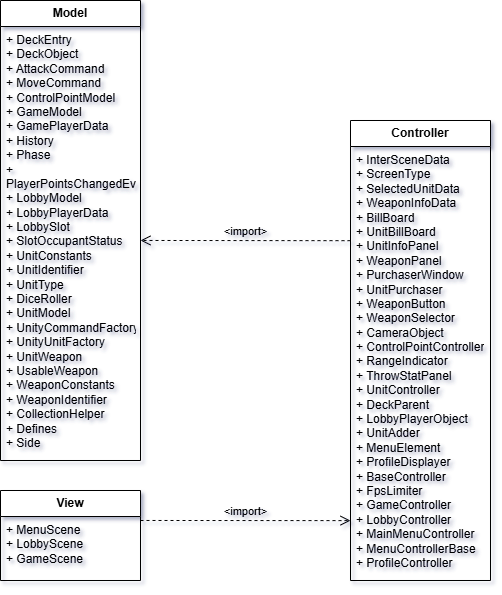
Earlier version of the draw.io export Documents/Diagram/Package.png (GrG0312/Szakdolgozat). Source tidied: cells renumbered, new cells last; positions are measured from the earlier drawing's top-left corner, leaving out a move shared by most shapes.
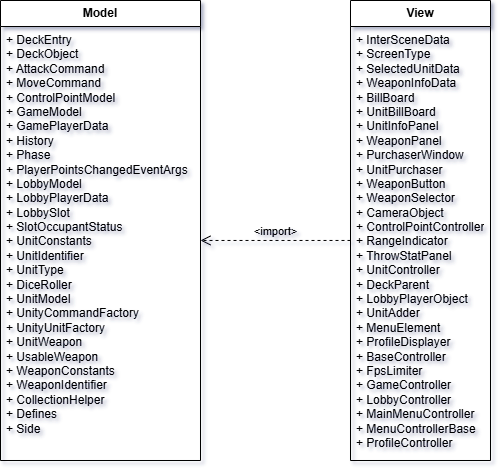
Later version of the same file.

Diff of the diagram source:
```diff
@@ -3,27 +3,18 @@
     <mxCell id="0" />
     <mxCell id="1" parent="0" />
     <mxCell id="2" value="Model" style="swimlane;fontStyle=1;horizontal=1;startSize=26;whiteSpace=wrap;html=1;labelBackgroundColor=none;" parent="1" vertex="1">
-      <mxGeometry width="140" height="460" as="geometry" />
+      <mxGeometry width="200" height="460" as="geometry" />
     </mxCell>
     <mxCell id="3" value="+ DeckEntry&lt;div&gt;+ DeckObject&lt;/div&gt;&lt;div&gt;+ AttackCommand&lt;/div&gt;&lt;div&gt;+ MoveCommand&lt;/div&gt;&lt;div&gt;+ ControlPointModel&lt;/div&gt;&lt;div&gt;&lt;/div&gt;+ GameModel&lt;div&gt;+ GamePlayerData&lt;/div&gt;&lt;div&gt;&lt;/div&gt;+ History&lt;div&gt;+ Phase&lt;/div&gt;&lt;div&gt;&lt;/div&gt;+ PlayerPointsChangedEventArgs&lt;div&gt;+ LobbyModel&lt;/div&gt;&lt;div&gt;&lt;/div&gt;+ LobbyPlayerData&lt;div&gt;+ LobbySlot&lt;/div&gt;&lt;div&gt;&lt;/div&gt;+ SlotOccupantStatus&lt;div&gt;+ UnitConstants&lt;/div&gt;&lt;div&gt;&lt;/div&gt;+ UnitIdentifier&lt;div&gt;+ UnitType&lt;/div&gt;&lt;div&gt;&lt;/div&gt;+ DiceRoller&lt;div&gt;+ UnitModel&lt;/div&gt;&lt;div&gt;&lt;/div&gt;+ UnityCommandFactory&lt;div&gt;+ UnityUnitFactory&lt;/div&gt;&lt;div&gt;&lt;/div&gt;+ UnitWeapon&lt;div&gt;+ UsableWeapon&lt;/div&gt;&lt;div&gt;&lt;/div&gt;+ WeaponConstants&lt;div&gt;+ WeaponIdentifier&lt;/div&gt;&lt;div&gt;&lt;/div&gt;+ CollectionHelper&lt;div&gt;+ Defines&lt;/div&gt;&lt;div&gt;&lt;/div&gt;+ Side" style="text;strokeColor=none;fillColor=none;align=left;verticalAlign=top;spacingLeft=4;spacingRight=4;overflow=hidden;points=[[0,0.5],[1,0.5]];portConstraint=eastwest;whiteSpace=wrap;html=1;labelBackgroundColor=none;" parent="2" vertex="1">
-      <mxGeometry y="26" width="140" height="434" as="geometry" />
+      <mxGeometry y="26" width="200" height="434" as="geometry" />
     </mxCell>
-    <mxCell id="4" value="View" style="swimlane;fontStyle=1;horizontal=1;startSize=26;whiteSpace=wrap;html=1;labelBackgroundColor=none;" parent="1" vertex="1">
-      <mxGeometry y="490" width="140" height="90" as="geometry" />
-    </mxCell>
-    <mxCell id="5" value="+ MenuScene&lt;div&gt;+ LobbyScene&lt;/div&gt;&lt;div&gt;+ GameScene&lt;/div&gt;" style="text;strokeColor=none;fillColor=none;align=left;verticalAlign=top;spacingLeft=4;spacingRight=4;overflow=hidden;points=[[0,0.5],[1,0.5]];portConstraint=eastwest;whiteSpace=wrap;html=1;labelBackgroundColor=none;" parent="4" vertex="1">
-      <mxGeometry y="26" width="140" height="64" as="geometry" />
-    </mxCell>
-    <mxCell id="6" value="Controller" style="swimlane;fontStyle=1;horizontal=1;startSize=26;whiteSpace=wrap;html=1;labelBackgroundColor=none;" parent="1" vertex="1">
-      <mxGeometry x="350" y="120" width="140" height="460" as="geometry" />
+    <mxCell id="6" value="View" style="swimlane;fontStyle=1;horizontal=1;startSize=26;whiteSpace=wrap;html=1;labelBackgroundColor=none;" parent="1" vertex="1">
+      <mxGeometry x="350" width="140" height="460" as="geometry" />
     </mxCell>
     <mxCell id="7" value="+ InterSceneData&lt;div&gt;+ ScreenType&lt;/div&gt;&lt;div&gt;+ SelectedUnitData&lt;/div&gt;&lt;div&gt;+ WeaponInfoData&lt;/div&gt;&lt;div&gt;+ BillBoard&lt;/div&gt;&lt;div&gt;+ UnitBillBoard&lt;/div&gt;&lt;div&gt;+ UnitInfoPanel&lt;/div&gt;&lt;div&gt;+ WeaponPanel&lt;/div&gt;&lt;div&gt;+ PurchaserWindow&lt;/div&gt;&lt;div&gt;+ UnitPurchaser&lt;/div&gt;&lt;div&gt;&lt;/div&gt;+ WeaponButton&lt;div&gt;+ WeaponSelector&lt;/div&gt;&lt;div&gt;&lt;/div&gt;+ CameraObject&lt;div&gt;+ ControlPointController&lt;/div&gt;&lt;div&gt;&lt;/div&gt;+ RangeIndicator&lt;div&gt;+ ThrowStatPanel&lt;/div&gt;&lt;div&gt;&lt;/div&gt;+ UnitController&lt;div&gt;+ DeckParent&lt;/div&gt;&lt;div&gt;&lt;/div&gt;+ LobbyPlayerObject&lt;div&gt;+ UnitAdder&lt;/div&gt;&lt;div&gt;&lt;/div&gt;+ MenuElement&lt;div&gt;+ ProfileDisplayer&lt;/div&gt;&lt;div&gt;&lt;/div&gt;+ BaseController&lt;div&gt;+ FpsLimiter&lt;/div&gt;&lt;div&gt;&lt;/div&gt;+ GameController&lt;div&gt;+ LobbyController&lt;/div&gt;&lt;div&gt;&lt;/div&gt;+ MainMenuController&lt;div&gt;+ MenuControllerBase&lt;/div&gt;&lt;div&gt;&lt;/div&gt;+ ProfileController" style="text;strokeColor=none;fillColor=none;align=left;verticalAlign=top;spacingLeft=4;spacingRight=4;overflow=hidden;points=[[0,0.5],[1,0.5]];portConstraint=eastwest;whiteSpace=wrap;html=1;labelBackgroundColor=none;" parent="6" vertex="1">
       <mxGeometry y="26" width="140" height="434" as="geometry" />
     </mxCell>
-    <mxCell id="8" value="&amp;lt;import&amp;gt;" style="html=1;verticalAlign=bottom;endArrow=open;dashed=1;endSize=8;curved=0;rounded=0;labelBackgroundColor=none;fontColor=default;entryX=0;entryY=0.862;entryDx=0;entryDy=0;entryPerimeter=0;exitX=1;exitY=0.062;exitDx=0;exitDy=0;exitPerimeter=0;" parent="1" edge="1" source="5" target="7">
-      <mxGeometry relative="1" as="geometry" />
-    </mxCell>
-    <mxCell id="9" value="&amp;lt;import&amp;gt;" style="html=1;verticalAlign=bottom;endArrow=open;dashed=1;endSize=8;curved=0;rounded=0;labelBackgroundColor=none;fontColor=default;exitX=0;exitY=0.217;exitDx=0;exitDy=0;exitPerimeter=0;entryX=1;entryY=0.493;entryDx=0;entryDy=0;entryPerimeter=0;" parent="1" edge="1" source="7" target="3">
+    <mxCell id="9" value="&amp;lt;import&amp;gt;" style="html=1;verticalAlign=bottom;endArrow=open;dashed=1;endSize=8;curved=0;rounded=0;labelBackgroundColor=none;fontColor=default;entryX=1;entryY=0.493;entryDx=0;entryDy=0;entryPerimeter=0;exitX=0;exitY=0.493;exitDx=0;exitDy=0;exitPerimeter=0;" parent="1" edge="1" source="7" target="3">
       <mxGeometry relative="1" as="geometry" />
     </mxCell>
   </root>
```
